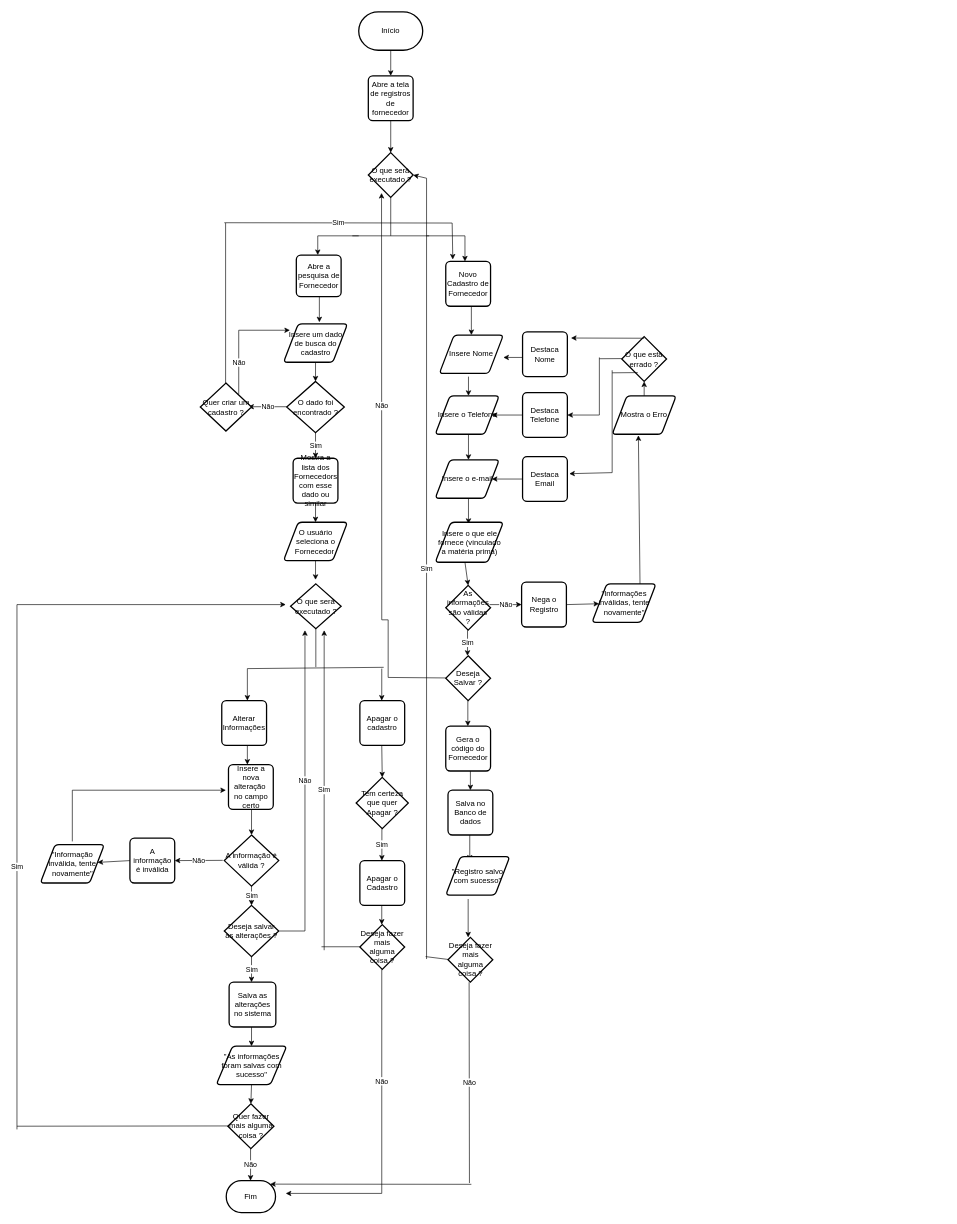
Before: page "Cadastro-de-Fornecedor" (5 of 14) of DOC/Fluxograma.drawio in GuilhermeIgarashi7/avatar-Fluxograma, a draw.io diagram. Source tidied: cells renumbered, new cells numbered last; positions are measured from the earlier drawing's top-left corner, leaving out a move shared by most shapes. Both pictures are drawn from the tidied source at 64%, with x=0, y=0 at pixel (17, 12).
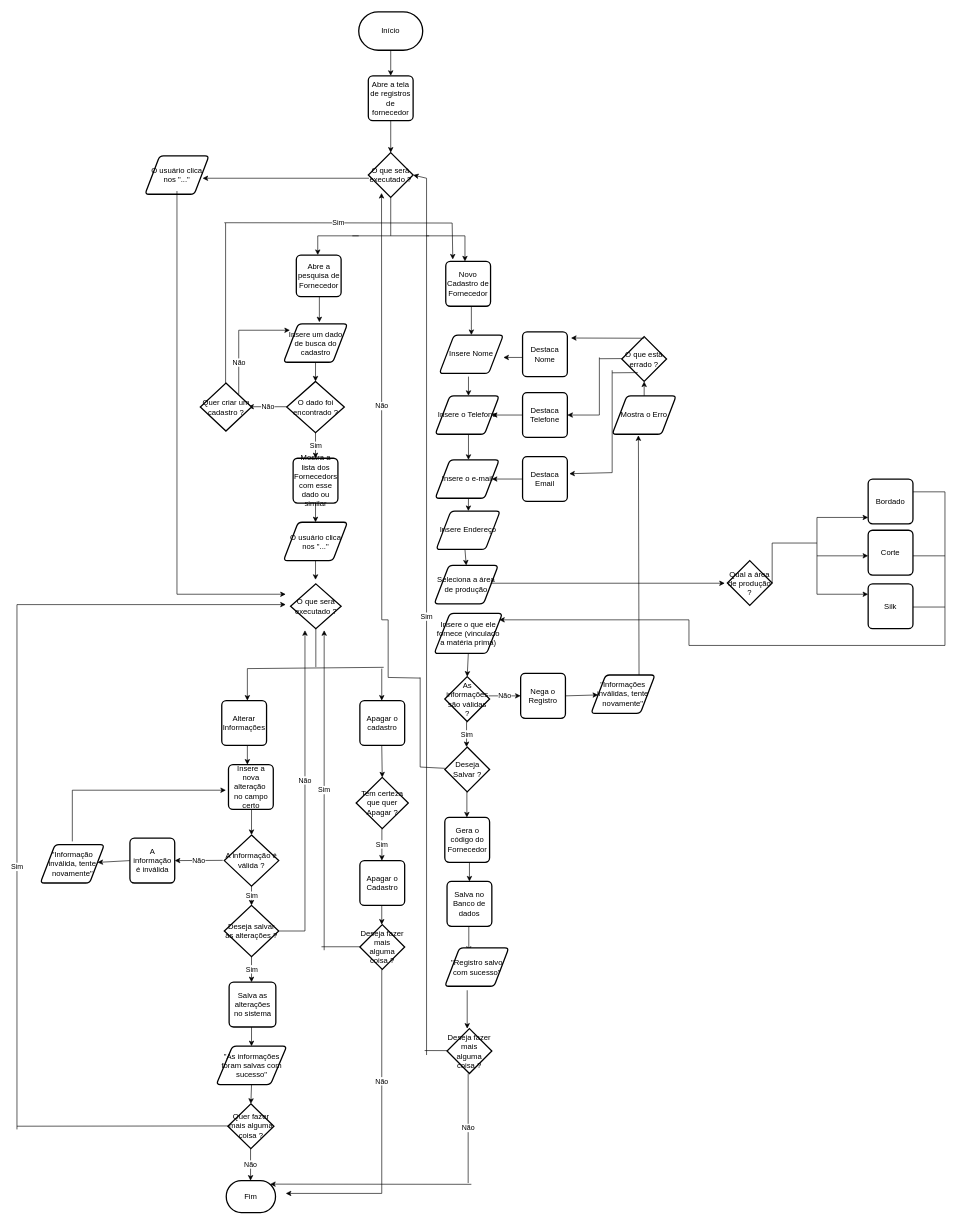
The same page after the edit.

What changed in the source:
```diff
@@
-    <mxCell id="32" value="O usuário seleciona o Fornecedor&amp;nbsp;" style="shape=parallelogram;html=1;strokeWidth=2;perimeter=parallelogramPerimeter;whiteSpace=wrap;rounded=1;arcSize=12;size=0.23;" parent="1" vertex="1">
+    <mxCell id="32" value="O usuário clica nos &quot;...&quot;" style="shape=parallelogram;html=1;strokeWidth=2;perimeter=parallelogramPerimeter;whiteSpace=wrap;rounded=1;arcSize=12;size=0.23;" parent="1" vertex="1">
       <mxGeometry x="416.5" y="797.5" width="100" height="60" as="geometry" />
     </mxCell>
@@
-    <mxCell id="75" style="endArrow=classic;html=1;rounded=0;" parent="1" edge="1">
+    <mxCell id="75" style="endArrow=classic;html=1;rounded=0;" parent="1" edge="1" target="148">
       <mxGeometry relative="1" as="geometry">
         <mxPoint x="705.5" y="760" as="sourcePoint" />
-        <mxPoint x="705.5" y="800" as="targetPoint" />
       </mxGeometry>
     </mxCell>
     <mxCell id="76" value="As informações são válidas ?" style="strokeWidth=2;html=1;shape=mxgraph.flowchart.decision;whiteSpace=wrap;" parent="1" vertex="1">
-      <mxGeometry x="670" y="896.2" width="70" height="70" as="geometry" />
+      <mxGeometry x="668.5" y="1038.8" width="70" height="70" as="geometry" />
     </mxCell>
     <mxCell id="77" value="Sim" style="endArrow=classic;html=1;rounded=0;" parent="1" edge="1">
       <mxGeometry relative="1" as="geometry">
-        <mxPoint x="704" y="966.2" as="sourcePoint" />
-        <mxPoint x="704" y="1006.2" as="targetPoint" />
+        <mxPoint x="702.5" y="1108.8" as="sourcePoint" />
+        <mxPoint x="702.5" y="1148.8" as="targetPoint" />
       </mxGeometry>
     </mxCell>
     <mxCell id="78" value="Salva no Banco de dados" style="rounded=1;whiteSpace=wrap;html=1;absoluteArcSize=1;arcSize=14;strokeWidth=2;" parent="1" vertex="1">
-      <mxGeometry x="673.5" y="1216.2" width="70" height="70" as="geometry" />
+      <mxGeometry x="672" y="1358.8" width="70" height="70" as="geometry" />
     </mxCell>
     <mxCell id="79" style="endArrow=classic;html=1;rounded=0;" parent="1" edge="1">
       <mxGeometry relative="1" as="geometry">
-        <mxPoint x="707.5" y="1286.2" as="sourcePoint" />
-        <mxPoint x="707.5" y="1326.2" as="targetPoint" />
+        <mxPoint x="706" y="1428.8" as="sourcePoint" />
+        <mxPoint x="706" y="1468.8" as="targetPoint" />
       </mxGeometry>
     </mxCell>
     <mxCell id="80" value="&quot;Registro salvo com sucesso&quot;" style="shape=parallelogram;html=1;strokeWidth=2;perimeter=parallelogramPerimeter;whiteSpace=wrap;rounded=1;arcSize=12;size=0.23;" parent="1" vertex="1">
-      <mxGeometry x="670" y="1320" width="100" height="60" as="geometry" />
+      <mxGeometry x="668.5" y="1462.5" width="100" height="60" as="geometry" />
     </mxCell>
@@
     <mxCell id="82" value="Nega o Registro" style="rounded=1;whiteSpace=wrap;html=1;absoluteArcSize=1;arcSize=14;strokeWidth=2;" parent="1" vertex="1">
-      <mxGeometry x="788.5" y="891.2" width="70" height="70" as="geometry" />
+      <mxGeometry x="787" y="1033.8" width="70" height="70" as="geometry" />
     </mxCell>
     <mxCell id="83" value="Não" style="endArrow=classic;html=1;rounded=0;entryX=0;entryY=0.5;entryDx=0;entryDy=0;" parent="1" edge="1" target="82">
       <mxGeometry relative="1" as="geometry">
-        <mxPoint x="738.5" y="926.2" as="sourcePoint" />
+        <mxPoint x="737" y="1068.8" as="sourcePoint" />
       </mxGeometry>
     </mxCell>
     <mxCell id="84" value="Deseja Salvar ?" style="strokeWidth=2;html=1;shape=mxgraph.flowchart.decision;whiteSpace=wrap;" parent="1" vertex="1">
-      <mxGeometry x="670" y="1006.2" width="70" height="70" as="geometry" />
+      <mxGeometry x="668.5" y="1148.8" width="70" height="70" as="geometry" />
     </mxCell>
     <mxCell id="85" style="endArrow=classic;html=1;rounded=0;" parent="1" edge="1">
       <mxGeometry relative="1" as="geometry">
-        <mxPoint x="705" y="1386.2" as="sourcePoint" />
-        <mxPoint x="705" y="1446.2" as="targetPoint" />
+        <mxPoint x="703.5" y="1528.8" as="sourcePoint" />
+        <mxPoint x="703.5" y="1588.8" as="targetPoint" />
       </mxGeometry>
     </mxCell>
     <mxCell id="86" value="Deseja fazer mais alguma coisa ?" style="strokeWidth=2;html=1;shape=mxgraph.flowchart.decision;whiteSpace=wrap;" parent="1" vertex="1">
-      <mxGeometry x="673.5" y="1446.2" width="70" height="70" as="geometry" />
+      <mxGeometry x="672" y="1588.8" width="70" height="70" as="geometry" />
     </mxCell>
     <mxCell id="87" value="Não" style="endArrow=none;html=1;rounded=0;" parent="1" edge="1">
       <mxGeometry relative="1" as="geometry">
-        <mxPoint x="707" y="1830" as="sourcePoint" />
-        <mxPoint x="706.5" y="1516.2" as="targetPoint" />
+        <mxPoint x="705" y="1830" as="sourcePoint" />
+        <mxPoint x="705" y="1658.8" as="targetPoint" />
       </mxGeometry>
     </mxCell>
@@
     <mxCell id="89" style="endArrow=none;html=1;rounded=0;" parent="1" edge="1">
       <mxGeometry relative="1" as="geometry">
-        <mxPoint x="638.5" y="1476.2" as="sourcePoint" />
-        <mxPoint x="673.5" y="1480.6" as="targetPoint" />
+        <mxPoint x="637" y="1623" as="sourcePoint" />
+        <mxPoint x="672" y="1623.1" as="targetPoint" />
       </mxGeometry>
     </mxCell>
     <mxCell id="90" value="Sim" style="endArrow=none;html=1;rounded=0;" parent="1" edge="1">
       <mxGeometry relative="1" as="geometry">
-        <mxPoint x="640" y="1480" as="sourcePoint" />
+        <mxPoint x="640" y="1630" as="sourcePoint" />
         <mxPoint x="640" y="260" as="targetPoint" />
       </mxGeometry>
     </mxCell>
     <mxCell id="91" value="&quot;Informações inválidas, tente novamente&quot;" style="shape=parallelogram;html=1;strokeWidth=2;perimeter=parallelogramPerimeter;whiteSpace=wrap;rounded=1;arcSize=12;size=0.23;" parent="1" vertex="1">
-      <mxGeometry x="898.5" y="893.8" width="100" height="60" as="geometry" />
+      <mxGeometry x="897" y="1036.2" width="100" height="60" as="geometry" />
     </mxCell>
     <mxCell id="92" style="endArrow=classic;html=1;rounded=0;" parent="1" edge="1" target="91">
       <mxGeometry relative="1" as="geometry">
-        <mxPoint x="858.5" y="926.2" as="sourcePoint" />
+        <mxPoint x="857" y="1068.8" as="sourcePoint" />
       </mxGeometry>
     </mxCell>
@@
     <mxCell id="110" style="endArrow=none;html=1;rounded=0;" parent="1" edge="1">
       <mxGeometry relative="1" as="geometry">
         <mxPoint x="580" y="1040" as="sourcePoint" />
-        <mxPoint x="670" y="1040.8" as="targetPoint" />
+        <mxPoint x="630" y="1041" as="targetPoint" />
       </mxGeometry>
     </mxCell>
@@
     <mxCell id="116" style="endArrow=classic;html=1;rounded=0;" parent="1" edge="1">
       <mxGeometry relative="1" as="geometry">
-        <mxPoint x="704.5" y="1076.2" as="sourcePoint" />
-        <mxPoint x="704.5" y="1116.2" as="targetPoint" />
+        <mxPoint x="703" y="1218.8" as="sourcePoint" />
+        <mxPoint x="703" y="1258.8" as="targetPoint" />
       </mxGeometry>
     </mxCell>
     <mxCell id="117" value="Gera o código do Fornecedor" style="rounded=1;whiteSpace=wrap;html=1;absoluteArcSize=1;arcSize=14;strokeWidth=2;" parent="1" vertex="1">
-      <mxGeometry x="670" y="1116.2" width="70" height="70" as="geometry" />
+      <mxGeometry x="668.5" y="1258.8" width="70" height="70" as="geometry" />
     </mxCell>
     <mxCell id="118" style="endArrow=classic;html=1;rounded=0;" parent="1" edge="1">
       <mxGeometry relative="1" as="geometry">
-        <mxPoint x="708.5" y="1186.2" as="sourcePoint" />
-        <mxPoint x="708.5" y="1216.2" as="targetPoint" />
+        <mxPoint x="707" y="1328.8" as="sourcePoint" />
+        <mxPoint x="707" y="1358.8" as="targetPoint" />
       </mxGeometry>
     </mxCell>
     <mxCell id="119" value="Insere o que ele fornece (vinculado a matéria prima)" style="shape=parallelogram;html=1;strokeWidth=2;perimeter=parallelogramPerimeter;whiteSpace=wrap;rounded=1;arcSize=12;size=0.23;" parent="1" vertex="1">
-      <mxGeometry x="653.5" y="797.5" width="106.5" height="62.5" as="geometry" />
+      <mxGeometry x="652" y="940" width="106.5" height="62.5" as="geometry" />
     </mxCell>
-    <mxCell id="120" style="endArrow=classic;html=1;rounded=0;entryX=0.5;entryY=0;entryDx=0;entryDy=0;entryPerimeter=0;" parent="1" edge="1" target="76">
-      <mxGeometry relative="1" as="geometry">
-        <mxPoint x="700" y="860" as="sourcePoint" />
-      </mxGeometry>
+    <mxCell id="120" style="endArrow=classic;html=1;rounded=0;entryX=0.5;entryY=0;entryDx=0;entryDy=0;entryPerimeter=0;exitX=0.5;exitY=1;exitDx=0;exitDy=0;" parent="1" edge="1" source="119" target="76">
+      <mxGeometry relative="1" as="geometry" />
     </mxCell>
@@
+    <mxCell id="123" style="endArrow=classic;html=1;rounded=0;" parent="1" edge="1">
+      <mxGeometry relative="1" as="geometry">
+        <mxPoint x="550" y="260" as="sourcePoint" />
+        <mxPoint x="290" y="260" as="targetPoint" />
+      </mxGeometry>
+    </mxCell>
+    <mxCell id="124" value="O usuário clica nos &quot;...&quot;" style="shape=parallelogram;html=1;strokeWidth=2;perimeter=parallelogramPerimeter;whiteSpace=wrap;rounded=1;arcSize=12;size=0.23;" parent="1" vertex="1">
+      <mxGeometry x="200" y="225" width="100" height="60" as="geometry" />
+    </mxCell>
+    <mxCell id="125" style="endArrow=none;html=1;rounded=0;" parent="1" edge="1">
+      <mxGeometry relative="1" as="geometry">
+        <mxPoint x="250" y="910" as="sourcePoint" />
+        <mxPoint x="250" y="280" as="targetPoint" />
+      </mxGeometry>
+    </mxCell>
+    <mxCell id="126" style="endArrow=classic;html=1;rounded=0;" parent="1" edge="1">
+      <mxGeometry relative="1" as="geometry">
+        <mxPoint x="250" y="910" as="sourcePoint" />
+        <mxPoint x="420" y="910" as="targetPoint" />
+      </mxGeometry>
+    </mxCell>
+    <mxCell id="127" style="endArrow=none;html=1;rounded=0;" parent="1" edge="1">
+      <mxGeometry relative="1" as="geometry">
+        <mxPoint x="630" y="1180" as="sourcePoint" />
+        <mxPoint x="630" y="1040" as="targetPoint" />
+      </mxGeometry>
+    </mxCell>
+    <mxCell id="128" style="endArrow=none;html=1;rounded=0;" parent="1" edge="1" target="84">
+      <mxGeometry relative="1" as="geometry">
+        <mxPoint x="630" y="1180" as="sourcePoint" />
+      </mxGeometry>
+    </mxCell>
+    <mxCell id="129" value="Seleciona a área de produção" style="shape=parallelogram;html=1;strokeWidth=2;perimeter=parallelogramPerimeter;whiteSpace=wrap;rounded=1;arcSize=12;size=0.23;" parent="1" vertex="1">
+      <mxGeometry x="652" y="865" width="100" height="60" as="geometry" />
+    </mxCell>
+    <mxCell id="130" style="endArrow=classic;html=1;rounded=0;" parent="1" edge="1">
+      <mxGeometry relative="1" as="geometry">
+        <mxPoint x="740" y="892.8" as="sourcePoint" />
+        <mxPoint x="1106" y="892.8" as="targetPoint" />
+      </mxGeometry>
+    </mxCell>
+    <mxCell id="131" value="Qual a área de produção ?" style="strokeWidth=2;html=1;shape=mxgraph.flowchart.decision;whiteSpace=wrap;" parent="1" vertex="1">
+      <mxGeometry x="1110" y="857.5" width="70" height="70" as="geometry" />
+    </mxCell>
+    <mxCell id="132" style="endArrow=none;html=1;rounded=0;" parent="1" edge="1">
+      <mxGeometry relative="1" as="geometry">
+        <mxPoint x="1180" y="830" as="sourcePoint" />
+        <mxPoint x="1250" y="830" as="targetPoint" />
+      </mxGeometry>
+    </mxCell>
+    <mxCell id="133" style="endArrow=none;html=1;rounded=0;" parent="1" edge="1">
+      <mxGeometry relative="1" as="geometry">
+        <mxPoint x="1250" y="910" as="sourcePoint" />
+        <mxPoint x="1250" y="790" as="targetPoint" />
+      </mxGeometry>
+    </mxCell>
+    <mxCell id="134" style="endArrow=classic;html=1;rounded=0;" parent="1" edge="1">
+      <mxGeometry relative="1" as="geometry">
+        <mxPoint x="1250" y="910" as="sourcePoint" />
+        <mxPoint x="1330" y="910" as="targetPoint" />
+      </mxGeometry>
+    </mxCell>
+    <mxCell id="135" style="endArrow=classic;html=1;rounded=0;" parent="1" edge="1">
+      <mxGeometry relative="1" as="geometry">
+        <mxPoint x="1250" y="850" as="sourcePoint" />
+        <mxPoint x="1330" y="850" as="targetPoint" />
+      </mxGeometry>
+    </mxCell>
+    <mxCell id="136" style="endArrow=classic;html=1;rounded=0;" parent="1" edge="1">
+      <mxGeometry relative="1" as="geometry">
+        <mxPoint x="1250" y="790" as="sourcePoint" />
+        <mxPoint x="1330" y="790" as="targetPoint" />
+      </mxGeometry>
+    </mxCell>
+    <mxCell id="137" value="Silk" style="rounded=1;whiteSpace=wrap;html=1;absoluteArcSize=1;arcSize=14;strokeWidth=2;" parent="1" vertex="1">
+      <mxGeometry x="1330" y="893.8" width="70" height="70" as="geometry" />
+    </mxCell>
+    <mxCell id="138" value="Corte" style="rounded=1;whiteSpace=wrap;html=1;absoluteArcSize=1;arcSize=14;strokeWidth=2;" parent="1" vertex="1">
+      <mxGeometry x="1330" y="810" width="70" height="70" as="geometry" />
+    </mxCell>
+    <mxCell id="139" value="Bordado" style="rounded=1;whiteSpace=wrap;html=1;absoluteArcSize=1;arcSize=14;strokeWidth=2;" parent="1" vertex="1">
+      <mxGeometry x="1330" y="730" width="70" height="70" as="geometry" />
+    </mxCell>
+    <mxCell id="140" style="endArrow=none;html=1;rounded=0;" parent="1" edge="1">
+      <mxGeometry relative="1" as="geometry">
+        <mxPoint x="1400" y="750" as="sourcePoint" />
+        <mxPoint x="1450" y="750" as="targetPoint" />
+      </mxGeometry>
+    </mxCell>
+    <mxCell id="141" style="endArrow=none;html=1;rounded=0;" parent="1" edge="1">
+      <mxGeometry relative="1" as="geometry">
+        <mxPoint x="1400" y="850" as="sourcePoint" />
+        <mxPoint x="1450" y="850" as="targetPoint" />
+      </mxGeometry>
+    </mxCell>
+    <mxCell id="142" style="endArrow=none;html=1;rounded=0;" parent="1" edge="1">
+      <mxGeometry relative="1" as="geometry">
+        <mxPoint x="1400" y="930" as="sourcePoint" />
+        <mxPoint x="1450" y="930" as="targetPoint" />
+      </mxGeometry>
+    </mxCell>
+    <mxCell id="143" style="endArrow=none;html=1;rounded=0;" parent="1" edge="1">
+      <mxGeometry relative="1" as="geometry">
+        <mxPoint x="1450" y="990" as="sourcePoint" />
+        <mxPoint x="1450" y="750" as="targetPoint" />
+      </mxGeometry>
+    </mxCell>
+    <mxCell id="144" style="endArrow=none;html=1;rounded=0;" parent="1" edge="1">
+      <mxGeometry relative="1" as="geometry">
+        <mxPoint x="1050" y="990" as="sourcePoint" />
+        <mxPoint x="1450" y="990" as="targetPoint" />
+      </mxGeometry>
+    </mxCell>
+    <mxCell id="145" style="endArrow=none;html=1;rounded=0;" parent="1" edge="1">
+      <mxGeometry relative="1" as="geometry">
+        <mxPoint x="1050" y="990" as="sourcePoint" />
+        <mxPoint x="1050" y="950" as="targetPoint" />
+      </mxGeometry>
+    </mxCell>
+    <mxCell id="146" style="endArrow=classic;html=1;rounded=0;" parent="1" edge="1">
+      <mxGeometry relative="1" as="geometry">
+        <mxPoint x="1050" y="950" as="sourcePoint" />
+        <mxPoint x="753.5" y="950" as="targetPoint" />
+      </mxGeometry>
+    </mxCell>
+    <mxCell id="147" style="endArrow=none;html=1;rounded=0;exitX=1;exitY=0.5;exitDx=0;exitDy=0;exitPerimeter=0;" parent="1" edge="1" source="131">
+      <mxGeometry relative="1" as="geometry">
+        <mxPoint x="1180" y="830" as="targetPoint" />
+      </mxGeometry>
+    </mxCell>
+    <mxCell id="148" value="Insere Endereço" style="shape=parallelogram;html=1;strokeWidth=2;perimeter=parallelogramPerimeter;whiteSpace=wrap;rounded=1;arcSize=12;size=0.23;" parent="1" vertex="1">
+      <mxGeometry x="655" y="780" width="100" height="60" as="geometry" />
+    </mxCell>
+    <mxCell id="149" style="endArrow=classic;html=1;rounded=0;entryX=0.5;entryY=0;entryDx=0;entryDy=0;" parent="1" edge="1" target="129">
+      <mxGeometry relative="1" as="geometry">
+        <mxPoint x="700" y="840" as="sourcePoint" />
+      </mxGeometry>
+    </mxCell>
```
